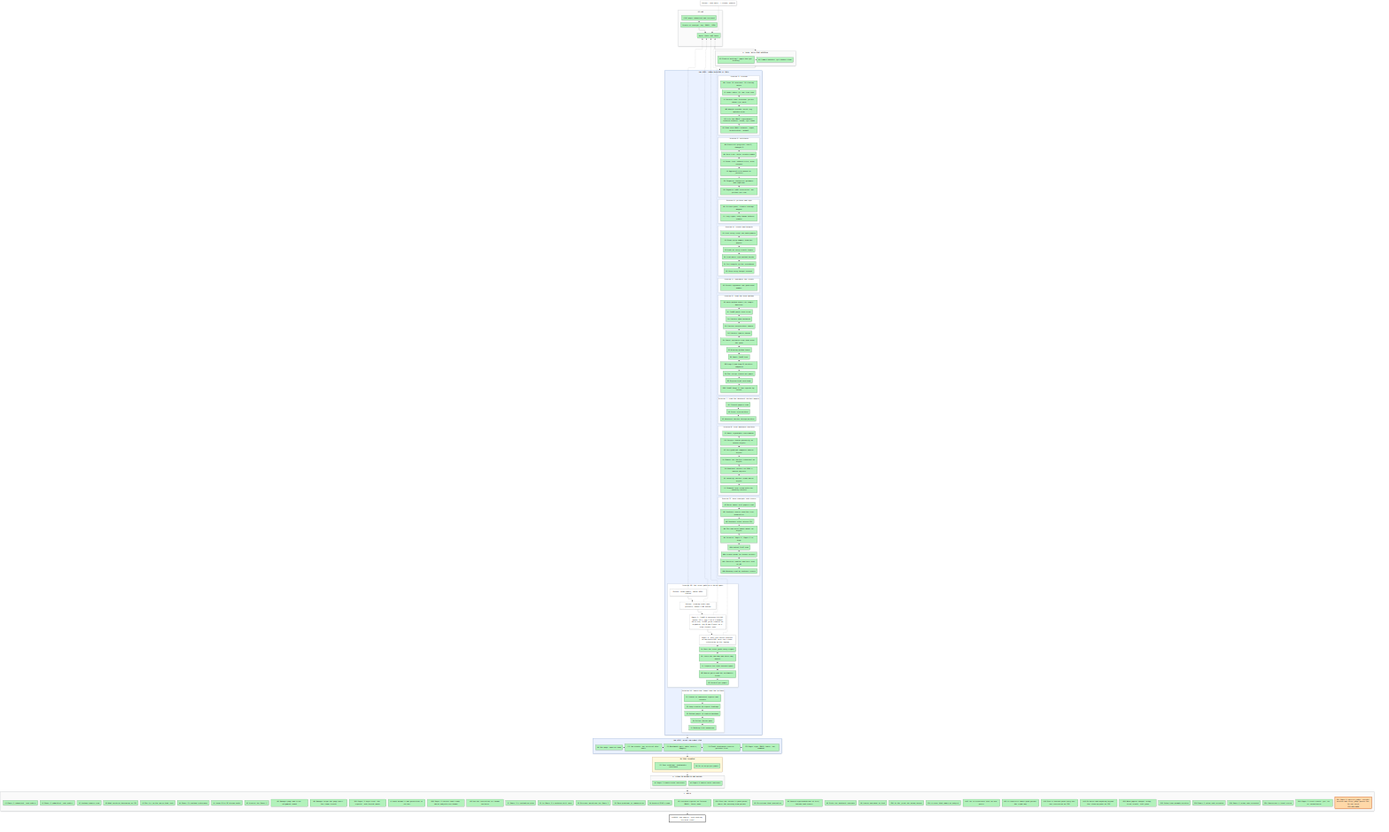
Earlier version of the Mermaid export artifacts/notes/progress/map.png (mo-rsa24/concept-composition). Its source is kept beside it as artifacts/notes/progress/map.mmd.
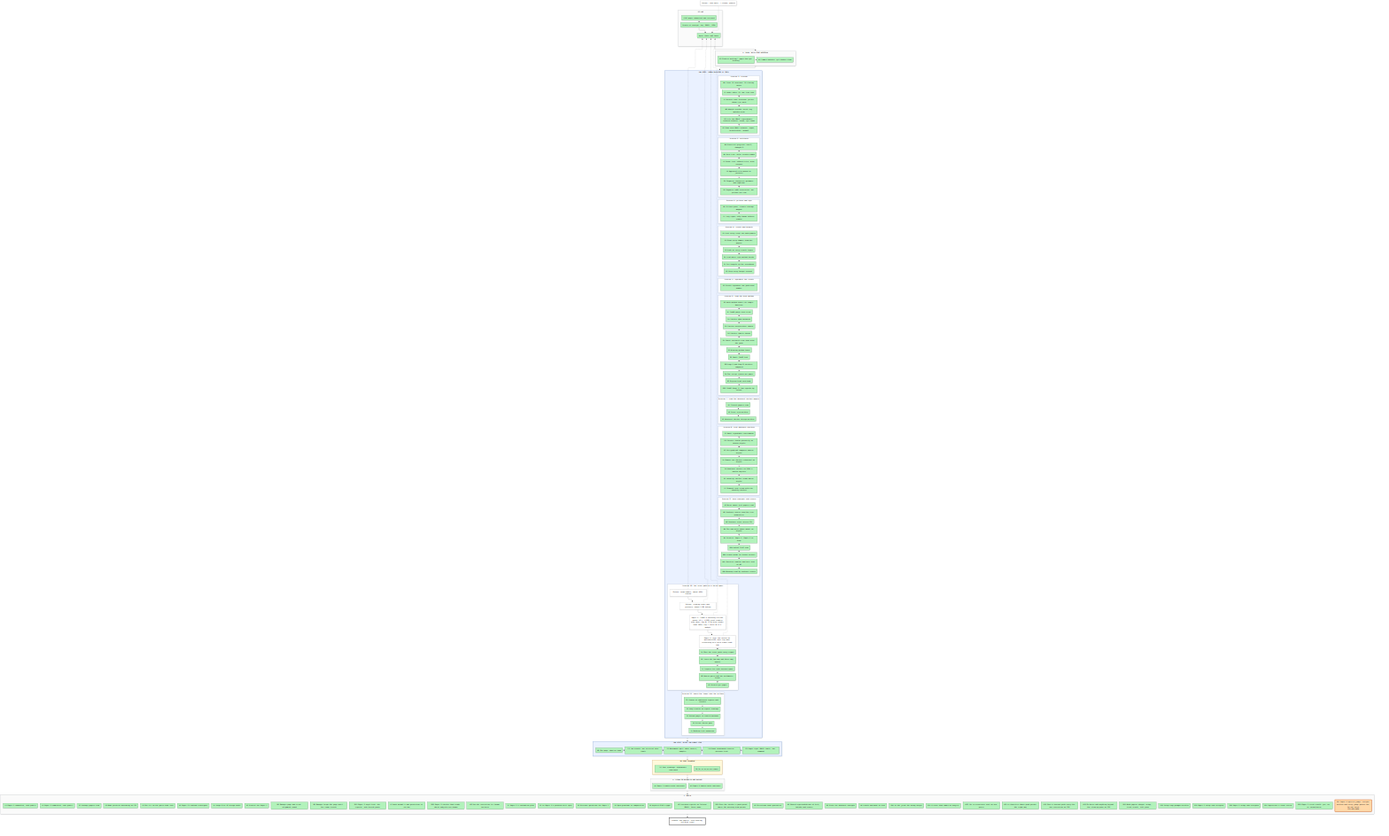
The same diagram one commit later.

Commit message:
Progress map: toys on held render-node GPUs, renders near done

Change to the diagram source:
```diff
@@ -80,8 +80,8 @@
   X0["Detour: idea walk, 7 claims, paused"]:::detour -.-> P2
   X1["Detour: zoom-ladder, about 430k tokens"]:::detour -.-> P2
   X2["Detour: reading route and pictures, about 1.8M tokens"]:::detour -.-> P2
-  X3["Paper 1: CLEVR A touching 376/626 (paste 517); toy C at A's budget fails too; 3,000 joint renders on bigbatch; toy B and D wait on a slow cluster sync"]:::detour -.-> P2
-  X4["Paper 2: dial run checks started on mscluster110; mini toy's base retraining on the laptop"]:::detour -.-> P2
+  X3["Paper 1: CLEVR A touching 376/626 (paste 517); 3,000 joint renders near done; toy B, D on held render-node GPUs; toy C fails at A's budget"]:::detour -.-> P2
+  X4["Paper 2: dial run checks on mscluster110; mini toy base retraining on a held render-node GPU"]:::detour -.-> P2
   L1 ~~~ L2 ~~~ L3 ~~~ L4 ~~~ L5 ~~~ L6 ~~~ L7 ~~~ L8 ~~~ L9 ~~~ L10 ~~~ L11
   S0 --> SA --> LOOP --> JOIN --> CAL --> SE --> SF --> GOAL
   style S0 fill:#fafafa,stroke:#adb5bd
```
